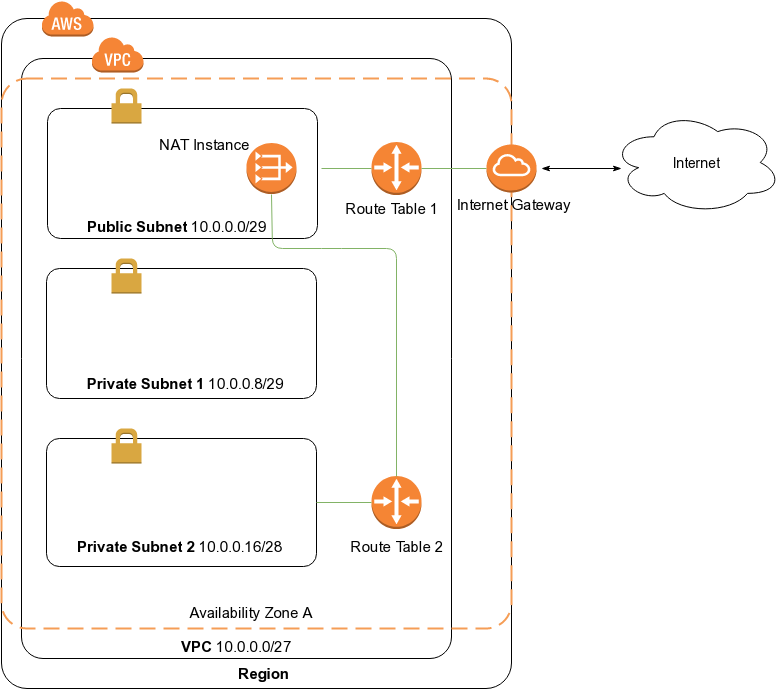
Above: media/crawler/ten-thousand-feet-aws.png in rihenperry/csuci-mscs-thesis-dist-web-crawler (draw.io), before the change. Source tidied: cells renumbered, new cells last; positions are measured from the earlier drawing's top-left corner, leaving out a move shared by most shapes.
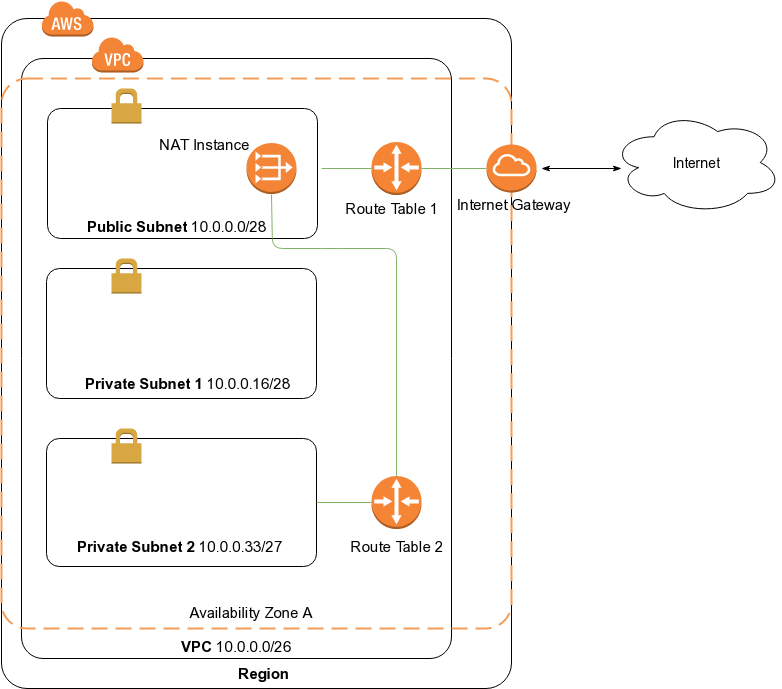
The same diagram one commit later.

What changed in the source:
```diff
@@ -50,13 +50,13 @@
     <mxCell id="17" value="Availability Zone A" style="text;html=1;strokeColor=none;fillColor=none;align=center;verticalAlign=middle;whiteSpace=wrap;rounded=0;fontSize=15;" parent="1" vertex="1">
       <mxGeometry x="183" y="600" width="134" height="24" as="geometry" />
     </mxCell>
-    <mxCell id="18" value="&lt;b&gt;Private Subnet 2&lt;/b&gt; 10.0.0.16/28" style="text;html=1;strokeColor=none;fillColor=none;align=center;verticalAlign=middle;whiteSpace=wrap;rounded=0;fontSize=15;" parent="1" vertex="1">
+    <mxCell id="18" value="&lt;b&gt;Private Subnet 2&lt;/b&gt; 10.0.0.33/27" style="text;html=1;strokeColor=none;fillColor=none;align=center;verticalAlign=middle;whiteSpace=wrap;rounded=0;fontSize=15;" parent="1" vertex="1">
       <mxGeometry x="70" y="536" width="215" height="20" as="geometry" />
     </mxCell>
-    <mxCell id="19" value="&lt;b&gt;Private Subnet 1&lt;/b&gt; 10.0.0.8/29" style="text;html=1;strokeColor=none;fillColor=none;align=center;verticalAlign=middle;whiteSpace=wrap;rounded=0;fontSize=15;" parent="1" vertex="1">
-      <mxGeometry x="81" y="373" width="204" height="20" as="geometry" />
+    <mxCell id="19" value="&lt;b&gt;Private Subnet 1&lt;/b&gt; 10.0.0.16/28" style="text;html=1;strokeColor=none;fillColor=none;align=center;verticalAlign=middle;whiteSpace=wrap;rounded=0;fontSize=15;" parent="1" vertex="1">
+      <mxGeometry x="81" y="373" width="209" height="20" as="geometry" />
     </mxCell>
-    <mxCell id="20" value="&lt;b&gt;Public Subnet&lt;/b&gt; 10.0.0.0/29" style="text;html=1;strokeColor=none;fillColor=none;align=center;verticalAlign=middle;whiteSpace=wrap;rounded=0;fontSize=15;" parent="1" vertex="1">
+    <mxCell id="20" value="&lt;b&gt;Public Subnet&lt;/b&gt; 10.0.0.0/28" style="text;html=1;strokeColor=none;fillColor=none;align=center;verticalAlign=middle;whiteSpace=wrap;rounded=0;fontSize=15;" parent="1" vertex="1">
       <mxGeometry x="72.5" y="216" width="203" height="20" as="geometry" />
     </mxCell>
     <mxCell id="21" value="Internet" style="ellipse;shape=cloud;whiteSpace=wrap;html=1;rounded=1;shadow=0;glass=0;comic=0;strokeWidth=1;fontSize=14;" parent="1" vertex="1">
@@ -103,7 +103,7 @@
     <mxCell id="31" value="Route Table 1" style="text;html=1;strokeColor=none;fillColor=none;align=center;verticalAlign=middle;whiteSpace=wrap;rounded=0;shadow=0;glass=0;comic=0;fontSize=15;" parent="1" vertex="1">
       <mxGeometry x="340" y="198" width="100" height="20" as="geometry" />
     </mxCell>
-    <mxCell id="32" value="&lt;b&gt;VPC&lt;/b&gt; 10.0.0.0/27" style="text;html=1;strokeColor=none;fillColor=none;align=center;verticalAlign=middle;whiteSpace=wrap;rounded=0;fontSize=15;" parent="1" vertex="1">
+    <mxCell id="32" value="&lt;b&gt;VPC&lt;/b&gt; 10.0.0.0/26" style="text;html=1;strokeColor=none;fillColor=none;align=center;verticalAlign=middle;whiteSpace=wrap;rounded=0;fontSize=15;" parent="1" vertex="1">
       <mxGeometry x="174" y="636" width="120" height="20" as="geometry" />
     </mxCell>
   </root>
```
